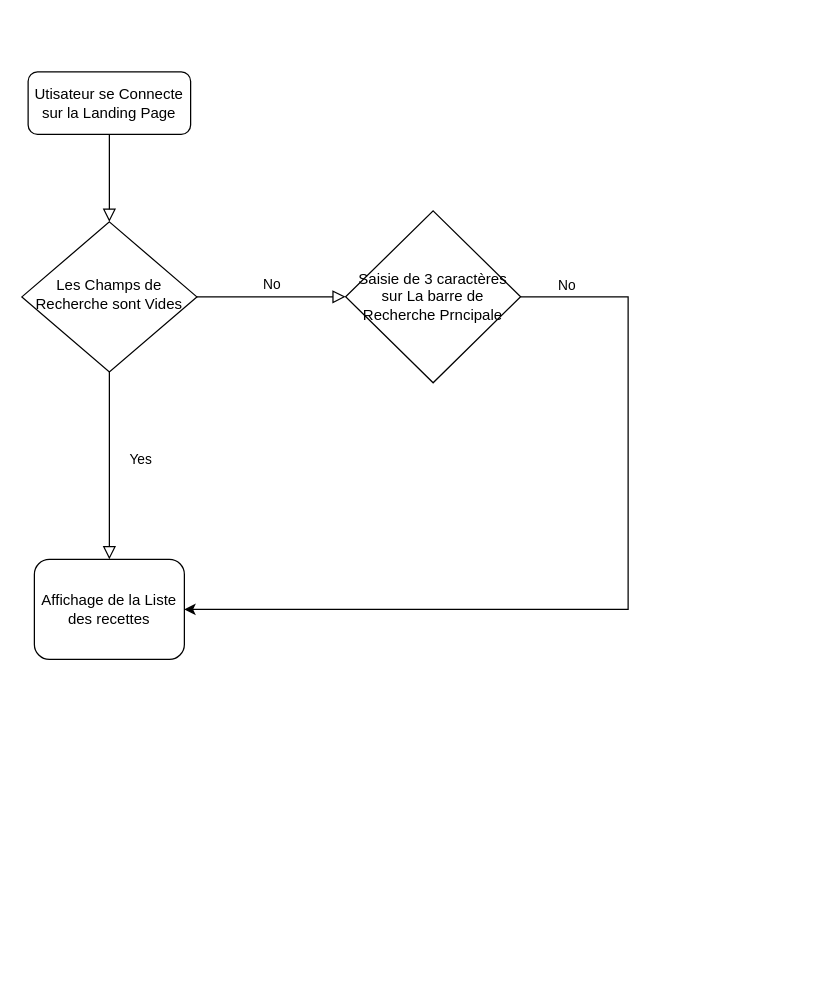
Earlier version of the draw.io diagram docs/Untitled Diagram.drawio (oleeefr/P11-front-end-search-engine). Source tidied: cells renumbered, new cells numbered last; positions are measured from the earlier drawing's top-left corner, leaving out a move shared by most shapes. Both pictures are drawn from the tidied source at 125%, with x=0, y=0 at pixel (21, 71).
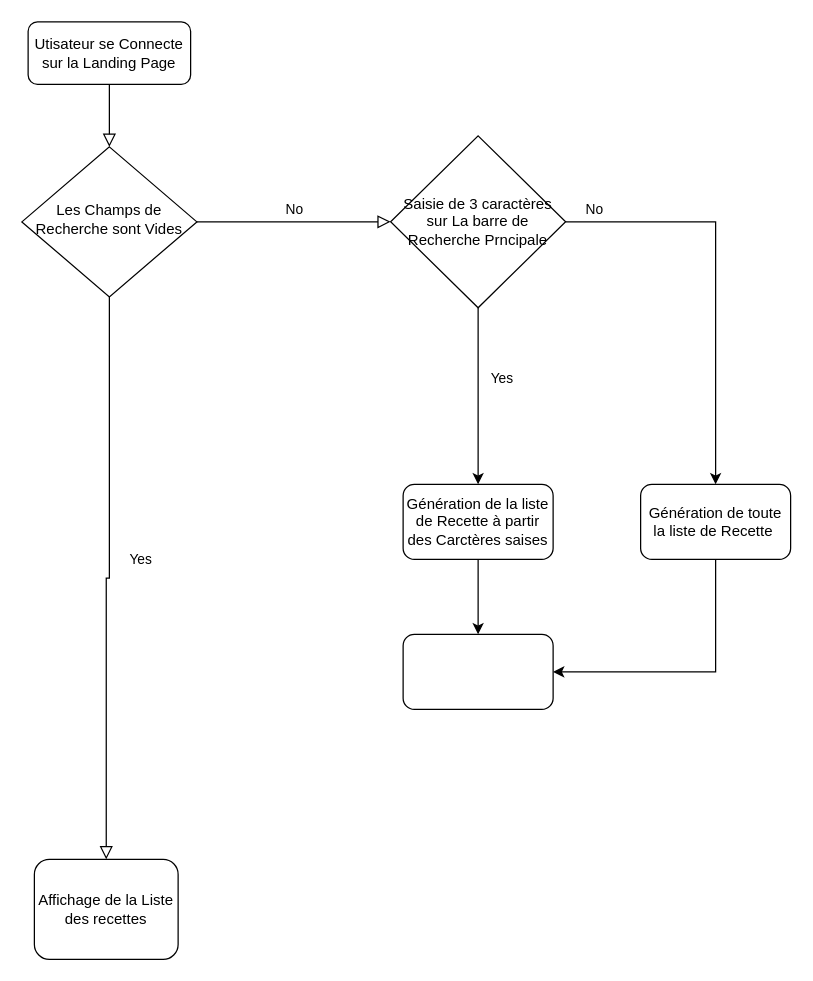
The same page after the edit.

Change to the diagram source:
```diff
@@
     <mxCell id="3" value="Utisateur se Connecte&lt;br&gt;sur la Landing Page" style="rounded=1;whiteSpace=wrap;html=1;fontSize=12;glass=0;strokeWidth=1;shadow=0;" parent="1" vertex="1">
-      <mxGeometry x="5" width="130" height="50" as="geometry" />
+      <mxGeometry x="5" y="-40" width="130" height="50" as="geometry" />
     </mxCell>
@@
     <mxCell id="5" value="Les Champs de Recherche sont Vides" style="rhombus;whiteSpace=wrap;html=1;shadow=0;fontFamily=Helvetica;fontSize=12;align=center;strokeWidth=1;spacing=6;spacingTop=-4;" parent="1" vertex="1">
-      <mxGeometry y="120" width="140" height="120" as="geometry" />
+      <mxGeometry y="60" width="140" height="120" as="geometry" />
     </mxCell>
     <mxCell id="6" style="group;" parent="1" vertex="1">
-      <mxGeometry x="10" y="390" width="120" height="80" as="geometry" />
+      <mxGeometry x="10" y="630" width="115" height="80" as="geometry" />
     </mxCell>
     <mxCell id="7" value="Affichage de la Liste des recettes" style="rounded=1;whiteSpace=wrap;html=1;" parent="6" vertex="1">
-      <mxGeometry width="120" height="80" as="geometry" />
+      <mxGeometry width="115" height="80" as="geometry" />
     </mxCell>
     <mxCell id="8" value="Saisie de 3 caractères sur La barre de Recherche Prncipale" style="rhombus;whiteSpace=wrap;html=1;" parent="1" vertex="1">
-      <mxGeometry x="259" y="111.2" width="140" height="137.5" as="geometry" />
+      <mxGeometry x="295" y="51.2" width="140" height="137.5" as="geometry" />
     </mxCell>
@@
-    <mxCell id="10" style="endArrow=classic;html=1;rounded=0;entryX=1;entryY=0.5;entryDx=0;entryDy=0;exitX=1;exitY=0.5;exitDx=0;exitDy=0;" parent="1" edge="1" source="8" target="7">
+    <mxCell id="10" style="endArrow=classic;html=1;rounded=0;exitX=1;exitY=0.5;exitDx=0;exitDy=0;" parent="1" edge="1" source="8" target="17">
       <mxGeometry relative="1" as="geometry">
         <Array as="points">
-          <mxPoint x="485" y="180" />
-          <mxPoint x="485" y="430" />
-          <mxPoint x="325" y="430" />
+          <mxPoint x="555" y="120" />
         </Array>
       </mxGeometry>
     </mxCell>
     <mxCell id="11" value="No&lt;br&gt;" style="edgeLabel;html=1;align=center;verticalAlign=middle;" parent="10" vertex="1">
       <mxGeometry x="-0.56" relative="1" as="geometry">
-        <mxPoint x="-50" y="-75" as="offset" />
+        <mxPoint x="-50" y="-10" as="offset" />
       </mxGeometry>
     </mxCell>
+    <mxCell id="12" style="endArrow=classic;html=1;rounded=0;exitX=0.5;exitY=1;exitDx=0;exitDy=0;" parent="1" edge="1" source="8" target="14">
+      <mxGeometry relative="1" as="geometry" />
+    </mxCell>
+    <mxCell id="13" value="Yes" style="edgeLabel;html=1;align=center;verticalAlign=middle;" parent="12" vertex="1">
+      <mxGeometry x="-0.21" y="-2" relative="1" as="geometry">
+        <mxPoint x="20" as="offset" />
+      </mxGeometry>
+    </mxCell>
+    <mxCell id="14" value="Génération de la liste de Recette à partir des Carctères saises" style="rounded=1;whiteSpace=wrap;html=1;" parent="1" vertex="1">
+      <mxGeometry x="305" y="330" width="120" height="60" as="geometry" />
+    </mxCell>
+    <mxCell id="15" style="rounded=1;whiteSpace=wrap;html=1;" parent="1" vertex="1">
+      <mxGeometry x="305" y="450" width="120" height="60" as="geometry" />
+    </mxCell>
+    <mxCell id="16" style="endArrow=classic;html=1;rounded=0;entryX=0.5;entryY=0;entryDx=0;entryDy=0;exitX=0.5;exitY=1;exitDx=0;exitDy=0;" parent="1" edge="1" source="14" target="15">
+      <mxGeometry relative="1" as="geometry" />
+    </mxCell>
+    <mxCell id="17" value="Génération de toute la liste de Recette&amp;nbsp;" style="rounded=1;whiteSpace=wrap;html=1;" parent="1" vertex="1">
+      <mxGeometry x="495" y="330" width="120" height="60" as="geometry" />
+    </mxCell>
+    <mxCell id="18" style="endArrow=classic;html=1;rounded=0;exitX=0.5;exitY=1;exitDx=0;exitDy=0;entryX=1;entryY=0.5;entryDx=0;entryDy=0;" parent="1" edge="1" source="17" target="15">
+      <mxGeometry relative="1" as="geometry">
+        <Array as="points">
+          <mxPoint x="555" y="480" />
+        </Array>
+      </mxGeometry>
+    </mxCell>
```
